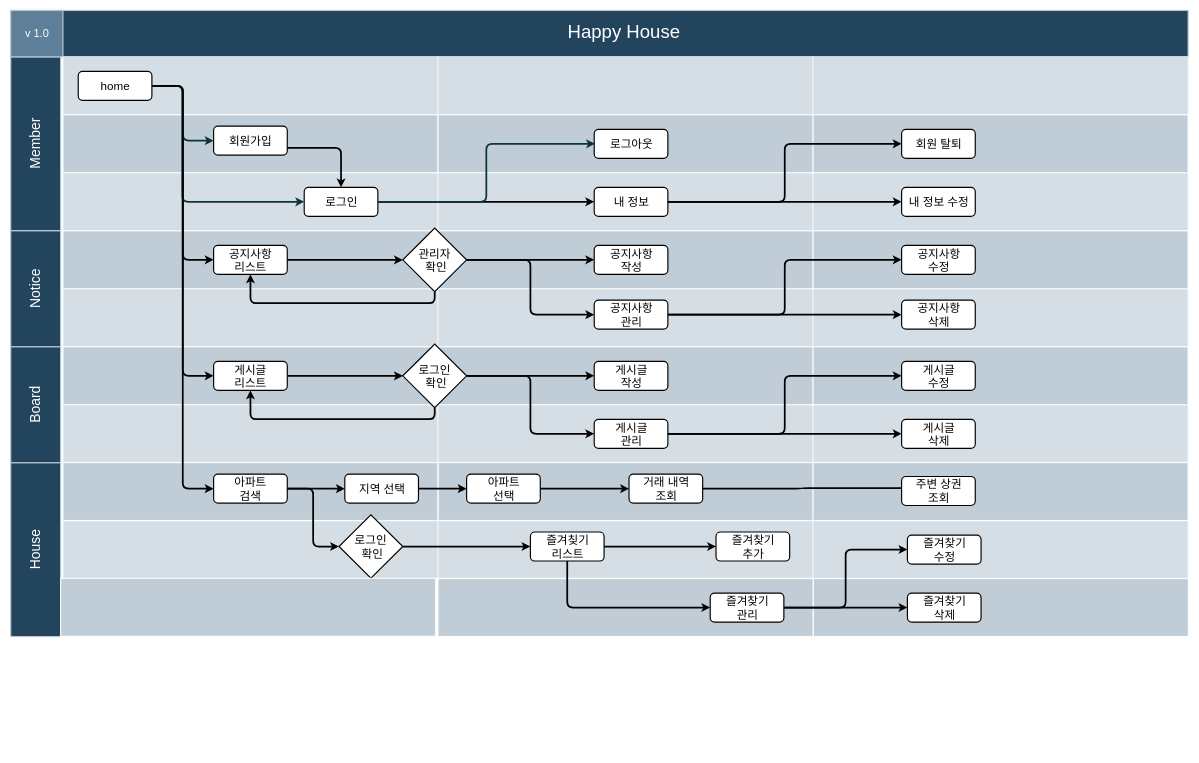
The draw.io diagram Untitled Diagram.drawio in Jihun0224/HappyHouse, before the edit. Source tidied: cells renumbered, new cells numbered last; positions are measured from the earlier drawing's top-left corner, leaving out a move shared by most shapes. Both pictures are drawn from the tidied source at 58%, with x=0, y=0 at pixel (10, 10).
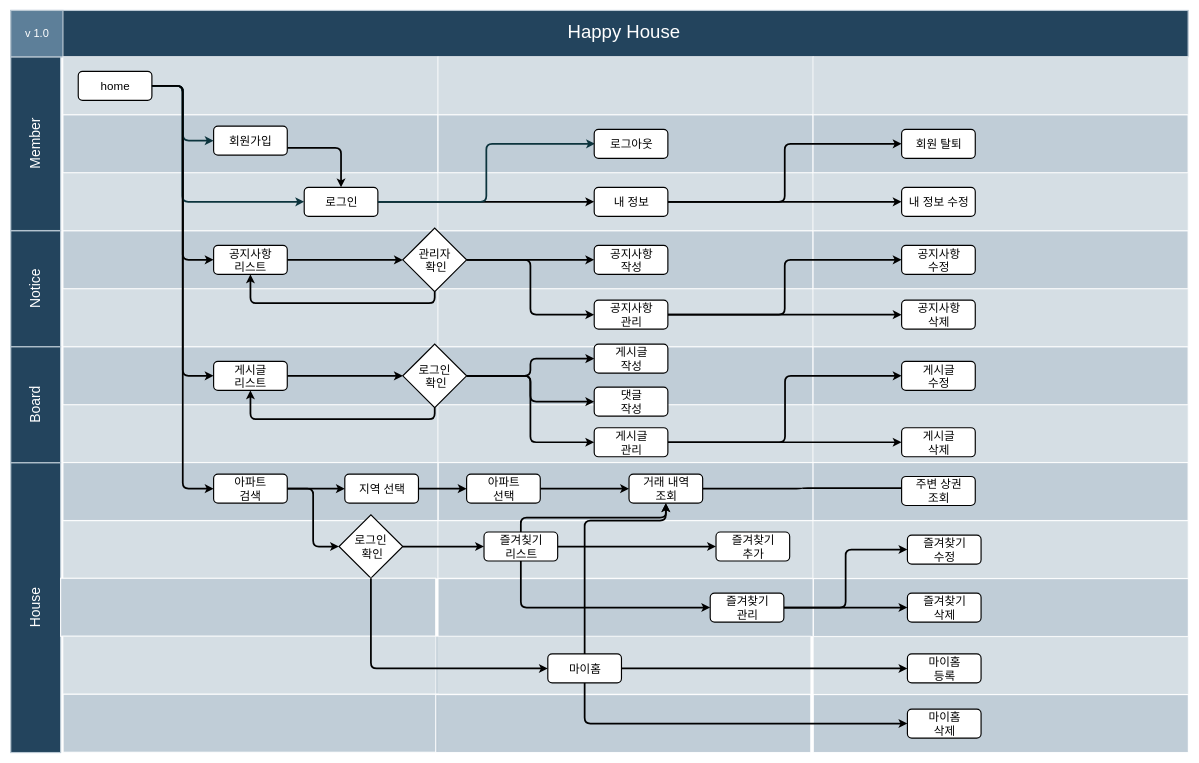
After the change.

Unchanged cells that the change refers to:
```xml
<mxCell id="64" value="&lt;font style=&quot;font-size: 20px;&quot;&gt;로그인&lt;br&gt;&amp;nbsp;확인&lt;/font&gt;" style="rhombus;whiteSpace=wrap;html=1;fontSize=14;rounded=1;strokeWidth=2;arcSize=0;" parent="1" vertex="1">
  <mxGeometry x="676" y="575.8" width="110" height="109.5" as="geometry" />
</mxCell>
<mxCell id="69" value="&lt;span style=&quot;font-size: 20px;&quot;&gt;게시글&lt;br&gt;수정&lt;br&gt;&lt;/span&gt;" style="rounded=1;strokeWidth=2;fontFamily=Helvetica;html=1;fontSize=14;" parent="1" vertex="1">
  <mxGeometry x="1536" y="605.5" width="127" height="50" as="geometry" />
</mxCell>
<mxCell id="80" value="&lt;span style=&quot;font-size: 20px;&quot;&gt;거래 내역 &lt;br&gt;조회&lt;br&gt;&lt;/span&gt;" style="rounded=1;strokeWidth=2;fontFamily=Helvetica;html=1;fontSize=14;" parent="1" vertex="1">
  <mxGeometry x="1066" y="800" width="127" height="50" as="geometry" />
</mxCell>
<mxCell id="84" value="&lt;font style=&quot;font-size: 20px;&quot;&gt;로그인&lt;br&gt;&amp;nbsp;확인&lt;/font&gt;" style="rhombus;whiteSpace=wrap;html=1;fontSize=14;rounded=1;strokeWidth=2;arcSize=0;" parent="1" vertex="1">
  <mxGeometry x="566" y="870" width="110" height="109.5" as="geometry" />
</mxCell>
```

Change to the diagram source:
```diff
@@
     <mxCell id="37" value="House" style="strokeColor=#BAC8D3;fillColor=#23445D;fontSize=24;strokeWidth=2;horizontal=0;fontFamily=Helvetica;html=1;fontColor=#FFFFFF;fontStyle=0;" parent="1" vertex="1">
-      <mxGeometry y="780.5" width="86" height="299.5" as="geometry" />
+      <mxGeometry y="780.5" width="86" height="499.5" as="geometry" />
     </mxCell>
@@
+    <mxCell id="100" style="edgeStyle=orthogonalEdgeStyle;rounded=1;jettySize=auto;html=1;exitX=1;exitY=0.5;exitDx=0;exitDy=0;strokeWidth=3;" parent="1" edge="1" source="64" target="115">
+      <mxGeometry relative="1" as="geometry" />
+    </mxCell>
@@
     <mxCell id="65" value="&lt;span style=&quot;font-size: 20px;&quot;&gt;게시글&lt;br&gt;작성&lt;br&gt;&lt;/span&gt;" style="rounded=1;strokeWidth=2;fontFamily=Helvetica;html=1;fontSize=14;" parent="1" vertex="1">
-      <mxGeometry x="1006" y="605.5" width="127" height="50" as="geometry" />
+      <mxGeometry x="1006" y="575.8" width="127" height="50" as="geometry" />
     </mxCell>
+    <mxCell id="67" style="edgeStyle=orthogonalEdgeStyle;rounded=1;jettySize=auto;html=1;exitX=1;exitY=0.5;exitDx=0;exitDy=0;entryX=0;entryY=0.5;entryDx=0;entryDy=0;fontSize=20;strokeWidth=3;" parent="1" edge="1" source="68" target="69">
+      <mxGeometry relative="1" as="geometry">
+        <Array as="points">
+          <mxPoint x="1335" y="745" />
+          <mxPoint x="1335" y="631" />
+        </Array>
+      </mxGeometry>
+    </mxCell>
-    <mxCell id="66" style="edgeStyle=orthogonalEdgeStyle;rounded=1;jettySize=auto;html=1;exitX=1;exitY=0.5;exitDx=0;exitDy=0;entryX=0;entryY=0.5;entryDx=0;entryDy=0;fontSize=20;strokeWidth=3;" parent="1" edge="1" source="68" target="70">
-      <mxGeometry relative="1" as="geometry">
-        <Array as="points">
-          <mxPoint x="1516" y="731" />
-          <mxPoint x="1516" y="731" />
-        </Array>
-      </mxGeometry>
+    <mxCell id="66" style="edgeStyle=orthogonalEdgeStyle;rounded=1;jettySize=auto;html=1;exitX=1;exitY=0.5;exitDx=0;exitDy=0;entryX=0;entryY=0.5;entryDx=0;entryDy=0;strokeWidth=3;" parent="1" edge="1" source="68" target="70">
+      <mxGeometry relative="1" as="geometry" />
     </mxCell>
-    <mxCell id="67" style="edgeStyle=orthogonalEdgeStyle;rounded=1;jettySize=auto;html=1;exitX=1;exitY=0.5;exitDx=0;exitDy=0;entryX=0;entryY=0.5;entryDx=0;entryDy=0;fontSize=20;strokeWidth=3;" parent="1" edge="1" source="68" target="69">
-      <mxGeometry relative="1" as="geometry" />
-    </mxCell>
     <mxCell id="68" value="&lt;span style=&quot;font-size: 20px;&quot;&gt;게시글&lt;br&gt;관리&lt;br&gt;&lt;/span&gt;" style="rounded=1;strokeWidth=2;fontFamily=Helvetica;html=1;fontSize=14;" parent="1" vertex="1">
-      <mxGeometry x="1006" y="705.5" width="127" height="50" as="geometry" />
+      <mxGeometry x="1006" y="720" width="127" height="50" as="geometry" />
     </mxCell>
@@
     <mxCell id="70" value="&lt;span style=&quot;font-size: 20px;&quot;&gt;게시글&lt;br&gt;삭제&lt;br&gt;&lt;/span&gt;" style="rounded=1;strokeWidth=2;fontFamily=Helvetica;html=1;fontSize=14;" parent="1" vertex="1">
-      <mxGeometry x="1536" y="705.5" width="127" height="50" as="geometry" />
+      <mxGeometry x="1536" y="720" width="127" height="50" as="geometry" />
     </mxCell>
@@
+    <mxCell id="101" style="edgeStyle=orthogonalEdgeStyle;rounded=1;jettySize=auto;html=1;exitX=0.5;exitY=0;exitDx=0;exitDy=0;entryX=0.5;entryY=1;entryDx=0;entryDy=0;strokeWidth=3;" parent="1" edge="1" source="82" target="80">
+      <mxGeometry relative="1" as="geometry" />
+    </mxCell>
     <mxCell id="82" value="&lt;span style=&quot;font-size: 20px;&quot;&gt;즐겨칮기&lt;br&gt;리스트&lt;br&gt;&lt;/span&gt;" style="rounded=1;strokeWidth=2;fontFamily=Helvetica;html=1;fontSize=14;" parent="1" vertex="1">
-      <mxGeometry x="896" y="899.8" width="127" height="50" as="geometry" />
+      <mxGeometry x="816" y="899.8" width="127" height="50" as="geometry" />
     </mxCell>
@@
+    <mxCell id="102" style="strokeColor=#FFFFFF;fillColor=#BAC8D3;fontSize=18;strokeWidth=2;fontFamily=Helvetica;html=1;opacity=60;" parent="1" vertex="1">
+      <mxGeometry x="90" y="1079.5" width="646.7" height="100" as="geometry" />
+    </mxCell>
+    <mxCell id="103" style="strokeColor=#FFFFFF;fillColor=#BAC8D3;fontSize=18;strokeWidth=2;fontFamily=Helvetica;html=1;opacity=60;" parent="1" vertex="1">
+      <mxGeometry x="732.7" y="1079.5" width="646.7" height="100" as="geometry" />
+    </mxCell>
+    <mxCell id="104" style="strokeColor=#FFFFFF;fillColor=#BAC8D3;fontSize=18;strokeWidth=2;fontFamily=Helvetica;html=1;opacity=60;" parent="1" vertex="1">
+      <mxGeometry x="1383.7" y="1080" width="646.7" height="100" as="geometry" />
+    </mxCell>
+    <mxCell id="105" style="edgeStyle=orthogonalEdgeStyle;rounded=1;jettySize=auto;html=1;exitX=1;exitY=0.5;exitDx=0;exitDy=0;entryX=0;entryY=0.5;entryDx=0;entryDy=0;strokeWidth=3;" parent="1" edge="1" source="107" target="109">
+      <mxGeometry relative="1" as="geometry" />
+    </mxCell>
+    <mxCell id="106" style="edgeStyle=orthogonalEdgeStyle;rounded=1;jettySize=auto;html=1;exitX=0.5;exitY=0;exitDx=0;exitDy=0;entryX=0.5;entryY=1;entryDx=0;entryDy=0;strokeWidth=3;" parent="1" edge="1" source="107" target="80">
+      <mxGeometry relative="1" as="geometry">
+        <Array as="points">
+          <mxPoint x="990" y="880" />
+          <mxPoint x="1130" y="880" />
+        </Array>
+      </mxGeometry>
+    </mxCell>
+    <mxCell id="107" value="&lt;span style=&quot;font-size: 20px;&quot;&gt;마이홈&lt;br&gt;&lt;/span&gt;" style="rounded=1;strokeWidth=2;fontFamily=Helvetica;html=1;fontSize=14;" parent="1" vertex="1">
+      <mxGeometry x="926" y="1110" width="127" height="50" as="geometry" />
+    </mxCell>
+    <mxCell id="108" style="edgeStyle=orthogonalEdgeStyle;rounded=1;jettySize=auto;html=1;exitX=0.5;exitY=1;exitDx=0;exitDy=0;entryX=0;entryY=0.5;entryDx=0;entryDy=0;strokeWidth=3;" parent="1" edge="1" source="84" target="107">
+      <mxGeometry relative="1" as="geometry" />
+    </mxCell>
+    <mxCell id="109" value="&lt;span style=&quot;font-size: 20px;&quot;&gt;마이홈&lt;br&gt;등록&lt;br&gt;&lt;/span&gt;" style="rounded=1;strokeWidth=2;fontFamily=Helvetica;html=1;fontSize=14;" parent="1" vertex="1">
+      <mxGeometry x="1546" y="1110" width="127" height="50" as="geometry" />
+    </mxCell>
+    <mxCell id="110" style="strokeColor=#FFFFFF;fillColor=#BAC8D3;fontSize=18;strokeWidth=2;fontFamily=Helvetica;html=1;opacity=90;" parent="1" vertex="1">
+      <mxGeometry x="90.3" y="1179.5" width="646.7" height="100" as="geometry" />
+    </mxCell>
+    <mxCell id="111" style="strokeColor=#FFFFFF;fillColor=#BAC8D3;fontSize=18;strokeWidth=2;fontFamily=Helvetica;html=1;opacity=90;" parent="1" vertex="1">
+      <mxGeometry x="732.7" y="1180" width="646.7" height="100" as="geometry" />
+    </mxCell>
+    <mxCell id="112" style="strokeColor=#FFFFFF;fillColor=#BAC8D3;fontSize=18;strokeWidth=2;fontFamily=Helvetica;html=1;opacity=90;" parent="1" vertex="1">
+      <mxGeometry x="1383.7" y="1180" width="646.7" height="100" as="geometry" />
+    </mxCell>
+    <mxCell id="113" value="&lt;span style=&quot;font-size: 20px;&quot;&gt;마이홈&lt;br&gt;삭제&lt;br&gt;&lt;/span&gt;" style="rounded=1;strokeWidth=2;fontFamily=Helvetica;html=1;fontSize=14;" parent="1" vertex="1">
+      <mxGeometry x="1546" y="1205" width="127" height="50" as="geometry" />
+    </mxCell>
+    <mxCell id="114" style="edgeStyle=orthogonalEdgeStyle;rounded=1;jettySize=auto;html=1;exitX=0.5;exitY=1;exitDx=0;exitDy=0;entryX=0;entryY=0.5;entryDx=0;entryDy=0;strokeWidth=3;" parent="1" edge="1" source="107" target="113">
+      <mxGeometry relative="1" as="geometry" />
+    </mxCell>
+    <mxCell id="115" value="&lt;span style=&quot;font-size: 20px;&quot;&gt;댓글&lt;br&gt;작성&lt;br&gt;&lt;/span&gt;" style="rounded=1;strokeWidth=2;fontFamily=Helvetica;html=1;fontSize=14;" parent="1" vertex="1">
+      <mxGeometry x="1006" y="650" width="127" height="50" as="geometry" />
+    </mxCell>
```
